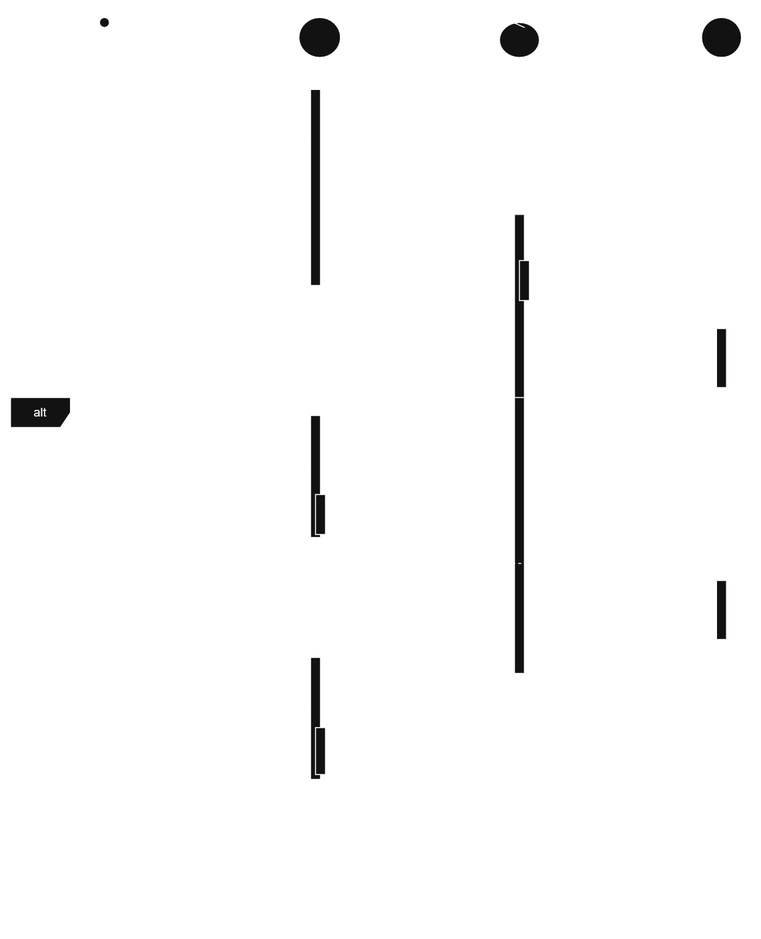
This is docs/M8/assets/diagram/UC01_A1.drawio.png from sy-150/IF2150-RPL-K02-G05, a draw.io export, as it was before one commit. Source tidied: cells renumbered, new cells last; positions are measured from the earlier drawing's top-left corner, leaving out a move shared by most shapes.
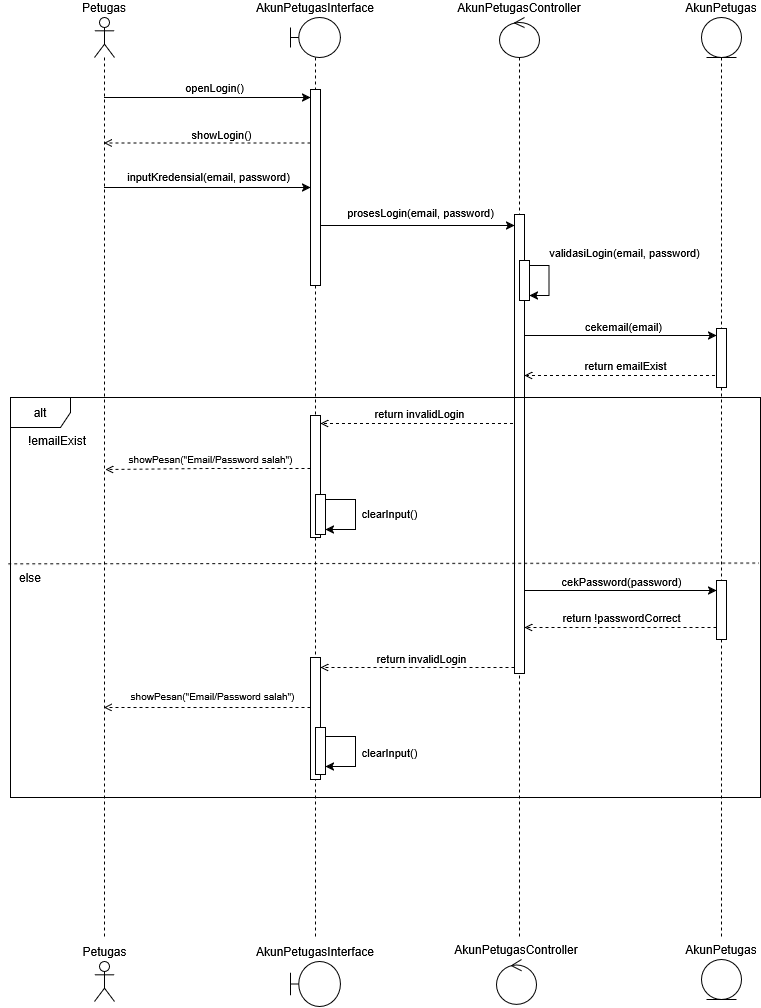
Later version of the same file.

What changed in the source:
```diff
@@ -14,7 +14,7 @@
         <mxPoint x="-27" y="-12" as="offset" />
       </mxGeometry>
     </mxCell>
-    <mxCell id="4" value="inputKredensial(username, password)" style="edgeLabel;html=1;align=center;verticalAlign=middle;defaultLabelBackgroundColor=gap;" parent="2" vertex="1">
+    <mxCell id="4" value="inputKredensial(email, password)" style="edgeLabel;html=1;align=center;verticalAlign=middle;defaultLabelBackgroundColor=gap;" parent="2" vertex="1">
       <mxGeometry x="0.33" y="-2" relative="1" as="geometry">
         <mxPoint x="-33" y="76" as="offset" />
       </mxGeometry>
@@ -36,7 +36,7 @@
         </Array>
       </mxGeometry>
     </mxCell>
-    <mxCell id="8" value="prosesLogin(username, password)" style="edgeLabel;html=1;align=center;verticalAlign=middle;defaultLabelBackgroundColor=gap;" parent="7" vertex="1">
+    <mxCell id="8" value="prosesLogin(email, password)" style="edgeLabel;html=1;align=center;verticalAlign=middle;defaultLabelBackgroundColor=gap;" parent="7" vertex="1">
       <mxGeometry x="0.37" y="4" relative="1" as="geometry">
         <mxPoint x="-32" y="-9" as="offset" />
       </mxGeometry>
@@ -57,7 +57,7 @@
         </Array>
       </mxGeometry>
     </mxCell>
-    <mxCell id="13" value="cekUsername(username)" style="edgeLabel;html=1;align=center;verticalAlign=middle;defaultLabelBackgroundColor=gap;" parent="12" vertex="1">
+    <mxCell id="13" value="cekemail(email)" style="edgeLabel;html=1;align=center;verticalAlign=middle;defaultLabelBackgroundColor=gap;" parent="12" vertex="1">
       <mxGeometry x="0.55" y="1" relative="1" as="geometry">
         <mxPoint x="-49" y="-9" as="offset" />
       </mxGeometry>
@@ -103,7 +103,7 @@
         </Array>
       </mxGeometry>
     </mxCell>
-    <mxCell id="22" value="validasiLogin(username, password)" style="edgeLabel;html=1;align=center;verticalAlign=middle;defaultLabelBackgroundColor=gap;" parent="21" vertex="1">
+    <mxCell id="22" value="validasiLogin(email, password)" style="edgeLabel;html=1;align=center;verticalAlign=middle;defaultLabelBackgroundColor=gap;" parent="21" vertex="1">
       <mxGeometry x="0.78" y="-5" relative="1" as="geometry">
         <mxPoint x="86" y="-39" as="offset" />
       </mxGeometry>
@@ -118,7 +118,7 @@
         </Array>
       </mxGeometry>
     </mxCell>
-    <mxCell id="25" value="return usernameExist" style="edgeLabel;html=1;align=center;verticalAlign=middle;defaultLabelBackgroundColor=gap;" parent="24" vertex="1">
+    <mxCell id="25" value="return emailExist" style="edgeLabel;html=1;align=center;verticalAlign=middle;defaultLabelBackgroundColor=gap;" parent="24" vertex="1">
       <mxGeometry x="-0.31" relative="1" as="geometry">
         <mxPoint x="-28" y="-10" as="offset" />
       </mxGeometry>
@@ -152,12 +152,12 @@
         </Array>
       </mxGeometry>
     </mxCell>
-    <mxCell id="32" value="showPesan(&quot;Username/Password salah&quot;)" style="edgeLabel;html=1;align=center;verticalAlign=middle;defaultLabelBackgroundColor=gap;fontSize=10;" parent="31" vertex="1">
+    <mxCell id="32" value="showPesan(&quot;Email/Password salah&quot;)" style="edgeLabel;html=1;align=center;verticalAlign=middle;defaultLabelBackgroundColor=gap;fontSize=10;" parent="31" vertex="1">
       <mxGeometry x="0.15" y="1" relative="1" as="geometry">
         <mxPoint x="17" y="-11" as="offset" />
       </mxGeometry>
     </mxCell>
-    <mxCell id="33" value="showPesan(&quot;Username/Password salah&quot;)" style="edgeLabel;html=1;align=center;verticalAlign=middle;defaultLabelBackgroundColor=gap;fontSize=10;" parent="31" vertex="1">
+    <mxCell id="33" value="showPesan(&quot;Email/Password salah&quot;)" style="edgeLabel;html=1;align=center;verticalAlign=middle;defaultLabelBackgroundColor=gap;fontSize=10;" parent="31" vertex="1">
       <mxGeometry x="0.15" y="1" relative="1" as="geometry">
         <mxPoint x="19" y="226" as="offset" />
       </mxGeometry>
@@ -165,7 +165,7 @@
     <mxCell id="34" style="html=1;points=[[0,0,0,0,5],[0,1,0,0,-5],[1,0,0,0,5],[1,1,0,0,-5]];perimeter=orthogonalPerimeter;outlineConnect=0;targetShapes=umlLifeline;portConstraint=eastwest;newEdgeStyle={&quot;edgeStyle&quot;:&quot;sequenceEdgeStyle&quot;,&quot;libavoidRouting&quot;:0,&quot;curved&quot;:0,&quot;rounded&quot;:0};" parent="1" vertex="1">
       <mxGeometry x="310" y="398" width="10" height="122" as="geometry" />
     </mxCell>
-    <mxCell id="35" value="!usernameExist" style="text;html=1;whiteSpace=wrap;strokeColor=none;fillColor=none;align=center;verticalAlign=middle;rounded=0;" parent="1" vertex="1">
+    <mxCell id="35" value="!emailExist" style="text;html=1;whiteSpace=wrap;strokeColor=none;fillColor=none;align=center;verticalAlign=middle;rounded=0;" parent="1" vertex="1">
       <mxGeometry x="7" y="408" width="100" height="30" as="geometry" />
     </mxCell>
     <mxCell id="36" style="edgeStyle=sequenceEdgeStyle;rounded=0;jettySize=auto;html=1;libavoidRouting=0;curved=0;defaultLabelBackgroundColor=gap;dashed=1;endArrow=open;endFill=0;" parent="1" edge="1" source="37">
@@ -236,5 +236,17 @@
     <mxCell id="48" value="else" style="text;html=1;whiteSpace=wrap;strokeColor=none;fillColor=none;align=center;verticalAlign=middle;rounded=0;" parent="1" vertex="1">
       <mxGeometry y="545" width="60" height="30" as="geometry" />
     </mxCell>
+    <mxCell id="49" value="Petugas" style="shape=umlActor;verticalLabelPosition=top;verticalAlign=bottom;html=1;labelPerimeter=1;labelPosition=center;align=center;" parent="1" vertex="1">
+      <mxGeometry x="94" y="944" width="20" height="40" as="geometry" />
+    </mxCell>
+    <mxCell id="50" value="AkunPetugasInterface" style="shape=umlBoundary;whiteSpace=wrap;html=1;labelPosition=center;verticalLabelPosition=top;align=center;verticalAlign=bottom;labelPerimeter=1;" parent="1" vertex="1">
+      <mxGeometry x="290" y="944" width="50" height="45" as="geometry" />
+    </mxCell>
+    <mxCell id="51" value="AkunPetugasController" style="ellipse;shape=umlControl;whiteSpace=wrap;html=1;labelPosition=center;verticalLabelPosition=top;align=center;verticalAlign=bottom;labelPerimeter=1;" parent="1" vertex="1">
+      <mxGeometry x="496" y="942" width="40" height="45" as="geometry" />
+    </mxCell>
+    <mxCell id="52" value="AkunPetugas" style="ellipse;shape=umlEntity;whiteSpace=wrap;html=1;labelPosition=center;verticalLabelPosition=top;align=center;verticalAlign=bottom;labelPerimeter=1;" parent="1" vertex="1">
+      <mxGeometry x="701" y="942" width="40" height="40" as="geometry" />
+    </mxCell>
   </root>
 </mxGraphModel>
```
